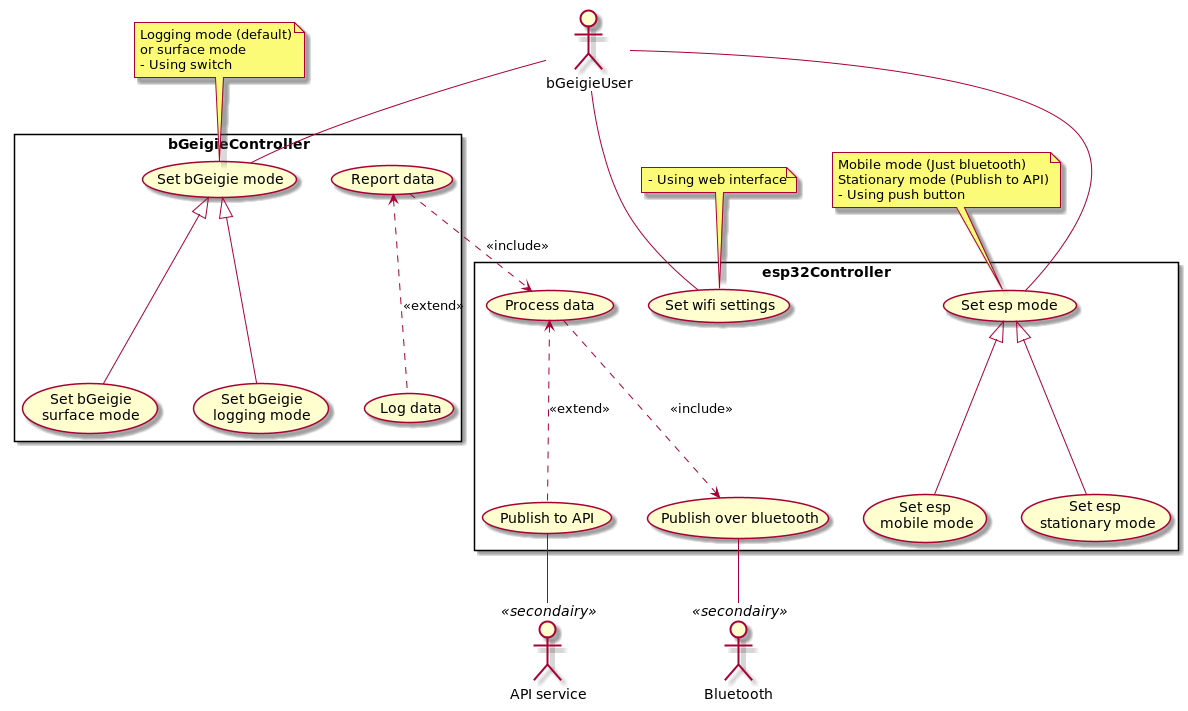
Safecast/bGeigieCast keeps this PlantUML diagram as designs/diagrams/usecase.png. Above is the earlier version. The source it was exported from:
```plantuml
@startuml


:bGeigieUser: as user
:API service: as API<<secondairy>>
:Bluetooth: as BLU<<secondairy>>

rectangle bGeigieController {
    (Set bGeigie mode)
    (Set bGeigie\n logging mode)
    (Set bGeigie\n surface mode)
    (Report data)
    (Log data)

    (Log data) -u.> (Report data) : <<extend>>
    (Set bGeigie\n logging mode) -u-|> (Set bGeigie mode)
    (Set bGeigie\n surface mode) -u-|> (Set bGeigie mode)

    user -d- (Set bGeigie mode)
}


rectangle esp32Controller{
    (Set wifi settings)
    (Set esp mode)
    (Set esp\n mobile mode)
    (Set esp\n stationary mode)
    (Publish to API)
    (Publish over bluetooth)
    (Process data)

    (Report data) -d.> (Process data) : <<include>>

    (Publish to API) -u.> (Process data) : <<extend>>
    (Process data) -d.> (Publish over bluetooth) : <<include>>
    (Set esp\n mobile mode) -u-|> (Set esp mode)
    (Set esp\n stationary mode) -u-|> (Set esp mode)

    (Publish to API) -d- API
    (Publish over bluetooth) -d- BLU

    user -d- (Set esp mode)
    user -d- (Set wifi settings)
}

note top of (Set bGeigie mode)
  Logging mode (default)
  or surface mode
  - Using switch
endnote

note top of (Set wifi settings)
  - Using web interface
endnote

note top of (Set esp mode)
  Mobile mode (Just bluetooth)
  Stationary mode (Publish to API)
  - Using push button
endnote

@enduml
```
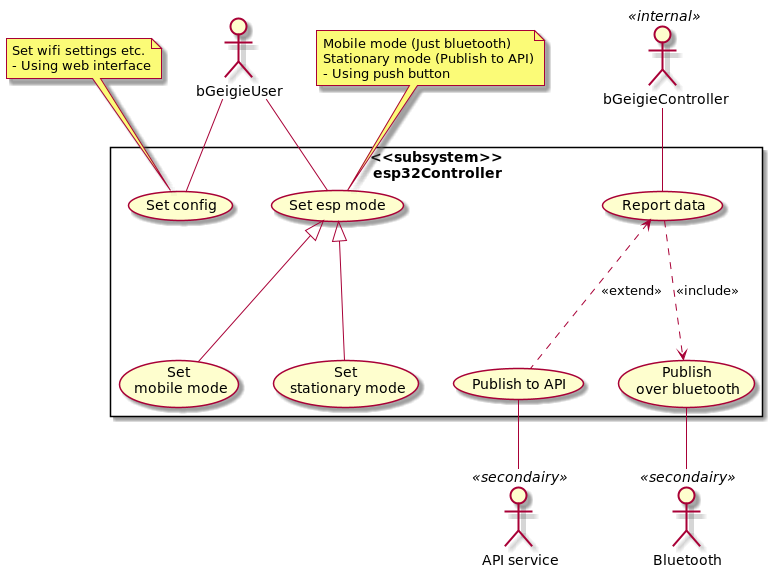
Above is the later version.

Diff of the diagram source:
```diff
@@ -4,52 +4,34 @@
 :bGeigieUser: as user
 :API service: as API<<secondairy>>
 :Bluetooth: as BLU<<secondairy>>
+:bGeigieController: as BGN<<internal>>
 
-rectangle bGeigieController {
-    (Set bGeigie mode)
-    (Set bGeigie\n logging mode)
-    (Set bGeigie\n surface mode)
+
+rectangle <<subsystem>>\nesp32Controller{
+    (Set config)
+    (Set esp mode)
+    (Set\n mobile mode)
+    (Set\n stationary mode)
+    (Publish to API)
+    (Publish\n over bluetooth)
     (Report data)
-    (Log data)
 
-    (Log data) -u.> (Report data) : <<extend>>
-    (Set bGeigie\n logging mode) -u-|> (Set bGeigie mode)
-    (Set bGeigie\n surface mode) -u-|> (Set bGeigie mode)
 
-    user -d- (Set bGeigie mode)
+    (Publish to API) -u.> (Report data) : <<extend>>
+    (Report data) -d.> (Publish\n over bluetooth) : <<include>>
+    (Set\n mobile mode) -u-|> (Set esp mode)
+    (Set\n stationary mode) -u-|> (Set esp mode)
+
+    (Publish to API) -d- API
+    (Publish\n over bluetooth) -d- BLU
+
+    user -d- (Set esp mode)
+    user -d- (Set config)
+    BGN -- (Report data)
 }
 
-
-rectangle esp32Controller{
-    (Set wifi settings)
-    (Set esp mode)
-    (Set esp\n mobile mode)
-    (Set esp\n stationary mode)
-    (Publish to API)
-    (Publish over bluetooth)
-    (Process data)
-
-    (Report data) -d.> (Process data) : <<include>>
-
-    (Publish to API) -u.> (Process data) : <<extend>>
-    (Process data) -d.> (Publish over bluetooth) : <<include>>
-    (Set esp\n mobile mode) -u-|> (Set esp mode)
-    (Set esp\n stationary mode) -u-|> (Set esp mode)
-
-    (Publish to API) -d- API
-    (Publish over bluetooth) -d- BLU
-
-    user -d- (Set esp mode)
-    user -d- (Set wifi settings)
-}
-
-note top of (Set bGeigie mode)
-  Logging mode (default)
-  or surface mode
-  - Using switch
-endnote
-
-note top of (Set wifi settings)
+note top of (Set config)
+  Set wifi settings etc.
   - Using web interface
 endnote
 
```
